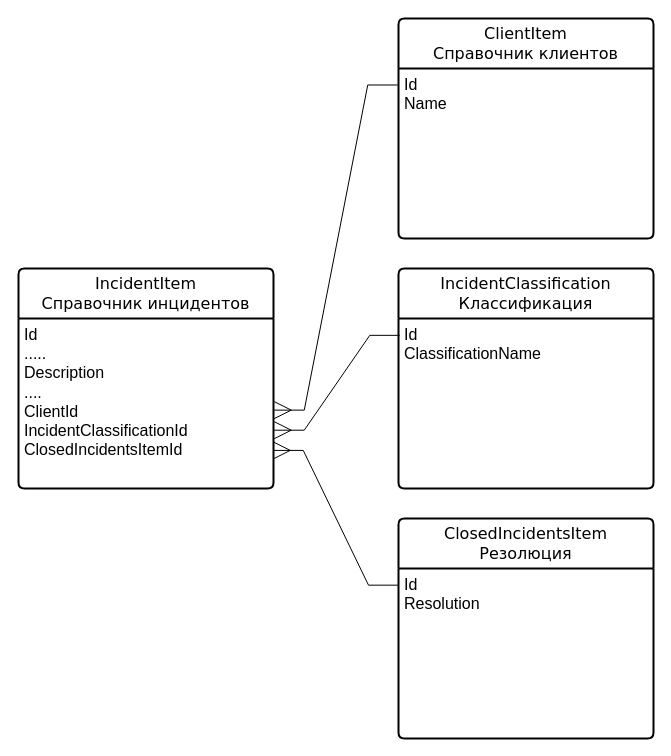
Earlier version of the draw.io diagram db.drawio (yaroslav-metelev/IncidentBook). Source tidied: cells renumbered, new cells numbered last; positions are measured from the earlier drawing's top-left corner, leaving out a move shared by most shapes. Both pictures are drawn from the tidied source at 100%, with x=0, y=0 at pixel (18, 18).
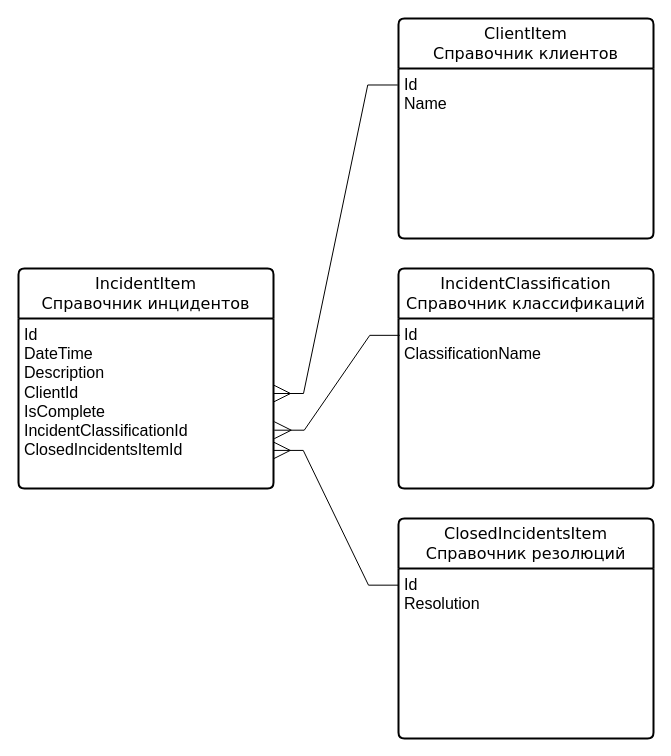
After the change.

Diff of the diagram source:
```diff
@@
 <mxGraphModel>
   <root>
     <mxCell id="0" />
     <mxCell id="1" parent="0" />
     <mxCell id="2" value="&lt;font style=&quot;font-size: 16px;&quot;&gt;&lt;font style=&quot;&quot; face=&quot;Verdana&quot;&gt;&lt;span style=&quot;text-wrap-mode: nowrap;&quot;&gt;IncidentItem&lt;/span&gt;&lt;/font&gt;&lt;br&gt;&lt;font style=&quot;&quot; face=&quot;Verdana&quot;&gt;&lt;span style=&quot;text-wrap-mode: nowrap;&quot;&gt;Справочник инцидентов&lt;/span&gt;&lt;/font&gt;&lt;/font&gt;" style="swimlane;horizontal=1;startSize=50;rounded=1;fontSize=14;fontStyle=0;strokeWidth=2;shadow=0;dashed=0;align=center;arcSize=4;whiteSpace=wrap;html=1;" parent="1" vertex="1">
       <mxGeometry y="250" width="255" height="220" as="geometry" />
     </mxCell>
-    <mxCell id="3" value="&lt;font style=&quot;font-size: 16px;&quot;&gt;Id&lt;br&gt;.....&lt;br&gt;Description&lt;/font&gt;&lt;div&gt;&lt;font style=&quot;font-size: 16px;&quot;&gt;....&lt;/font&gt;&lt;/div&gt;&lt;div&gt;&lt;font style=&quot;font-size: 16px;&quot;&gt;ClientId&lt;/font&gt;&lt;/div&gt;&lt;div&gt;&lt;font style=&quot;font-size: 16px;&quot;&gt;IncidentClassificationId&lt;/font&gt;&lt;/div&gt;&lt;div&gt;&lt;font style=&quot;font-size: 16px;&quot;&gt;ClosedIncidentsItemId&lt;/font&gt;&lt;/div&gt;" style="align=left;strokeColor=none;fillColor=none;spacingLeft=4;spacingRight=4;fontSize=12;verticalAlign=top;html=1;whiteSpace=wrap;" parent="2" vertex="1">
+    <mxCell id="3" value="&lt;font style=&quot;font-size: 16px;&quot;&gt;Id&lt;br&gt;DateTime&lt;br&gt;Description&lt;/font&gt;&lt;div&gt;&lt;span style=&quot;font-size: 16px; background-color: transparent; color: light-dark(rgb(0, 0, 0), rgb(255, 255, 255));&quot;&gt;ClientId&lt;/span&gt;&lt;/div&gt;&lt;div&gt;&lt;font style=&quot;font-size: 16px;&quot;&gt;IsComplete&lt;/font&gt;&lt;/div&gt;&lt;div&gt;&lt;font style=&quot;font-size: 16px;&quot;&gt;IncidentClassificationId&lt;/font&gt;&lt;/div&gt;&lt;div&gt;&lt;font style=&quot;font-size: 16px;&quot;&gt;ClosedIncidentsItemId&lt;/font&gt;&lt;/div&gt;" style="align=left;strokeColor=none;fillColor=none;spacingLeft=4;spacingRight=4;fontSize=12;verticalAlign=top;html=1;whiteSpace=wrap;" parent="2" vertex="1">
       <mxGeometry y="50" width="255" height="170" as="geometry" />
     </mxCell>
     <mxCell id="4" value="&lt;font style=&quot;&quot;&gt;&lt;font face=&quot;Verdana&quot;&gt;&lt;span style=&quot;font-size: 16px; text-wrap-mode: nowrap;&quot;&gt;ClientItem&lt;/span&gt;&lt;/font&gt;&lt;br&gt;&lt;font face=&quot;Verdana&quot;&gt;&lt;span style=&quot;font-size: 16px; text-wrap-mode: nowrap;&quot;&gt;Справочник клиентов&lt;/span&gt;&lt;/font&gt;&lt;/font&gt;" style="swimlane;horizontal=1;startSize=50;rounded=1;fontSize=14;fontStyle=0;strokeWidth=2;shadow=0;dashed=0;align=center;arcSize=4;whiteSpace=wrap;html=1;" parent="1" vertex="1">
       <mxGeometry x="380" width="255" height="220" as="geometry" />
     </mxCell>
     <mxCell id="5" value="&lt;font style=&quot;&quot;&gt;&lt;span style=&quot;font-size: 16px;&quot;&gt;Id&lt;/span&gt;&lt;br&gt;&lt;span style=&quot;font-size: 16px;&quot;&gt;Name&lt;/span&gt;&lt;/font&gt;" style="align=left;strokeColor=none;fillColor=none;spacingLeft=4;spacingRight=4;fontSize=12;verticalAlign=top;html=1;whiteSpace=wrap;" parent="4" vertex="1">
       <mxGeometry y="50" width="255" height="170" as="geometry" />
     </mxCell>
-    <mxCell id="6" value="&lt;font style=&quot;&quot;&gt;&lt;font face=&quot;Verdana&quot;&gt;&lt;span style=&quot;font-size: 16px; text-wrap-mode: nowrap;&quot;&gt;IncidentClassification&lt;/span&gt;&lt;/font&gt;&lt;br&gt;&lt;font face=&quot;Verdana&quot;&gt;&lt;span style=&quot;font-size: 16px; text-wrap-mode: nowrap;&quot;&gt;Классификация&lt;/span&gt;&lt;/font&gt;&lt;/font&gt;" style="swimlane;horizontal=1;startSize=50;rounded=1;fontSize=14;fontStyle=0;strokeWidth=2;shadow=0;dashed=0;align=center;arcSize=4;whiteSpace=wrap;html=1;" parent="1" vertex="1">
+    <mxCell id="6" value="&lt;font style=&quot;&quot;&gt;&lt;font face=&quot;Verdana&quot;&gt;&lt;span style=&quot;font-size: 16px; text-wrap-mode: nowrap;&quot;&gt;IncidentClassification&lt;/span&gt;&lt;/font&gt;&lt;br&gt;&lt;font face=&quot;Verdana&quot;&gt;&lt;span style=&quot;font-size: 16px; text-wrap-mode: nowrap;&quot;&gt;Справочник классификаций&lt;/span&gt;&lt;/font&gt;&lt;/font&gt;" style="swimlane;horizontal=1;startSize=50;rounded=1;fontSize=14;fontStyle=0;strokeWidth=2;shadow=0;dashed=0;align=center;arcSize=4;whiteSpace=wrap;html=1;" parent="1" vertex="1">
       <mxGeometry x="380" y="250" width="255" height="220" as="geometry" />
     </mxCell>
     <mxCell id="7" value="&lt;font style=&quot;&quot;&gt;&lt;span style=&quot;font-size: 16px;&quot;&gt;Id&lt;/span&gt;&lt;br&gt;&lt;span style=&quot;font-size: 16px;&quot;&gt;ClassificationName&lt;/span&gt;&lt;/font&gt;" style="align=left;strokeColor=none;fillColor=none;spacingLeft=4;spacingRight=4;fontSize=12;verticalAlign=top;html=1;whiteSpace=wrap;" parent="6" vertex="1">
       <mxGeometry y="50" width="255" height="170" as="geometry" />
     </mxCell>
-    <mxCell id="8" value="&lt;font style=&quot;&quot;&gt;&lt;font face=&quot;Verdana&quot;&gt;&lt;span style=&quot;font-size: 16px; text-wrap-mode: nowrap;&quot;&gt;ClosedIncidentsItem&lt;/span&gt;&lt;/font&gt;&lt;br&gt;&lt;font face=&quot;Verdana&quot;&gt;&lt;span style=&quot;font-size: 16px; text-wrap-mode: nowrap;&quot;&gt;Резолюция&lt;/span&gt;&lt;/font&gt;&lt;/font&gt;" style="swimlane;horizontal=1;startSize=50;rounded=1;fontSize=14;fontStyle=0;strokeWidth=2;shadow=0;dashed=0;align=center;arcSize=4;whiteSpace=wrap;html=1;" parent="1" vertex="1">
+    <mxCell id="8" value="&lt;font style=&quot;&quot;&gt;&lt;font face=&quot;Verdana&quot;&gt;&lt;span style=&quot;font-size: 16px; text-wrap-mode: nowrap;&quot;&gt;ClosedIncidentsItem&lt;/span&gt;&lt;/font&gt;&lt;br&gt;&lt;span style=&quot;font-family: Verdana; font-size: 16px; text-wrap-mode: nowrap;&quot;&gt;Справочник резолюций&lt;/span&gt;&lt;/font&gt;" style="swimlane;horizontal=1;startSize=50;rounded=1;fontSize=14;fontStyle=0;strokeWidth=2;shadow=0;dashed=0;align=center;arcSize=4;whiteSpace=wrap;html=1;" parent="1" vertex="1">
       <mxGeometry x="380" y="500" width="255" height="220" as="geometry" />
     </mxCell>
     <mxCell id="9" value="&lt;font style=&quot;&quot;&gt;&lt;span style=&quot;font-size: 16px;&quot;&gt;Id&lt;/span&gt;&lt;br&gt;&lt;span style=&quot;font-size: 16px;&quot;&gt;Resolution&lt;/span&gt;&lt;/font&gt;" style="align=left;strokeColor=none;fillColor=none;spacingLeft=4;spacingRight=4;fontSize=12;verticalAlign=top;html=1;whiteSpace=wrap;" parent="8" vertex="1">
       <mxGeometry y="50" width="255" height="170" as="geometry" />
     </mxCell>
-    <mxCell id="10" style="edgeStyle=entityRelationEdgeStyle;fontSize=12;html=1;endArrow=none;startArrow=ERmany;rounded=0;exitX=1.003;exitY=0.539;exitDx=0;exitDy=0;exitPerimeter=0;entryX=-0.003;entryY=0.097;entryDx=0;entryDy=0;entryPerimeter=0;strokeWidth=1;endSize=15;targetPerimeterSpacing=0;startSize=15;startFill=0;endFill=0;" parent="1" edge="1" source="3" target="5">
-      <mxGeometry relative="1" as="geometry" />
+    <mxCell id="10" style="edgeStyle=entityRelationEdgeStyle;fontSize=12;html=1;endArrow=none;startArrow=ERmany;rounded=0;entryX=-0.003;entryY=0.097;entryDx=0;entryDy=0;entryPerimeter=0;strokeWidth=1;endSize=15;targetPerimeterSpacing=0;startSize=15;startFill=0;endFill=0;" parent="1" edge="1" target="5">
+      <mxGeometry relative="1" as="geometry">
+        <mxPoint x="255" y="375" as="sourcePoint" />
+      </mxGeometry>
     </mxCell>
     <mxCell id="11" style="edgeStyle=entityRelationEdgeStyle;fontSize=12;html=1;endArrow=none;startArrow=ERmany;rounded=0;exitX=1.003;exitY=0.657;exitDx=0;exitDy=0;exitPerimeter=0;strokeWidth=1;endSize=15;targetPerimeterSpacing=0;startSize=15;startFill=0;endFill=0;entryX=0.005;entryY=0.099;entryDx=0;entryDy=0;entryPerimeter=0;" parent="1" edge="1" source="3" target="7">
       <mxGeometry relative="1" as="geometry" />
     </mxCell>
     <mxCell id="12" style="edgeStyle=entityRelationEdgeStyle;fontSize=12;html=1;endArrow=none;startArrow=ERmany;rounded=0;exitX=0.999;exitY=0.776;exitDx=0;exitDy=0;strokeWidth=1;endSize=15;targetPerimeterSpacing=0;startSize=15;startFill=0;endFill=0;entryX=0;entryY=0.098;entryDx=0;entryDy=0;entryPerimeter=0;exitPerimeter=0;" parent="1" edge="1" source="3" target="9">
       <mxGeometry relative="1" as="geometry" />
     </mxCell>
   </root>
 </mxGraphModel>
```
